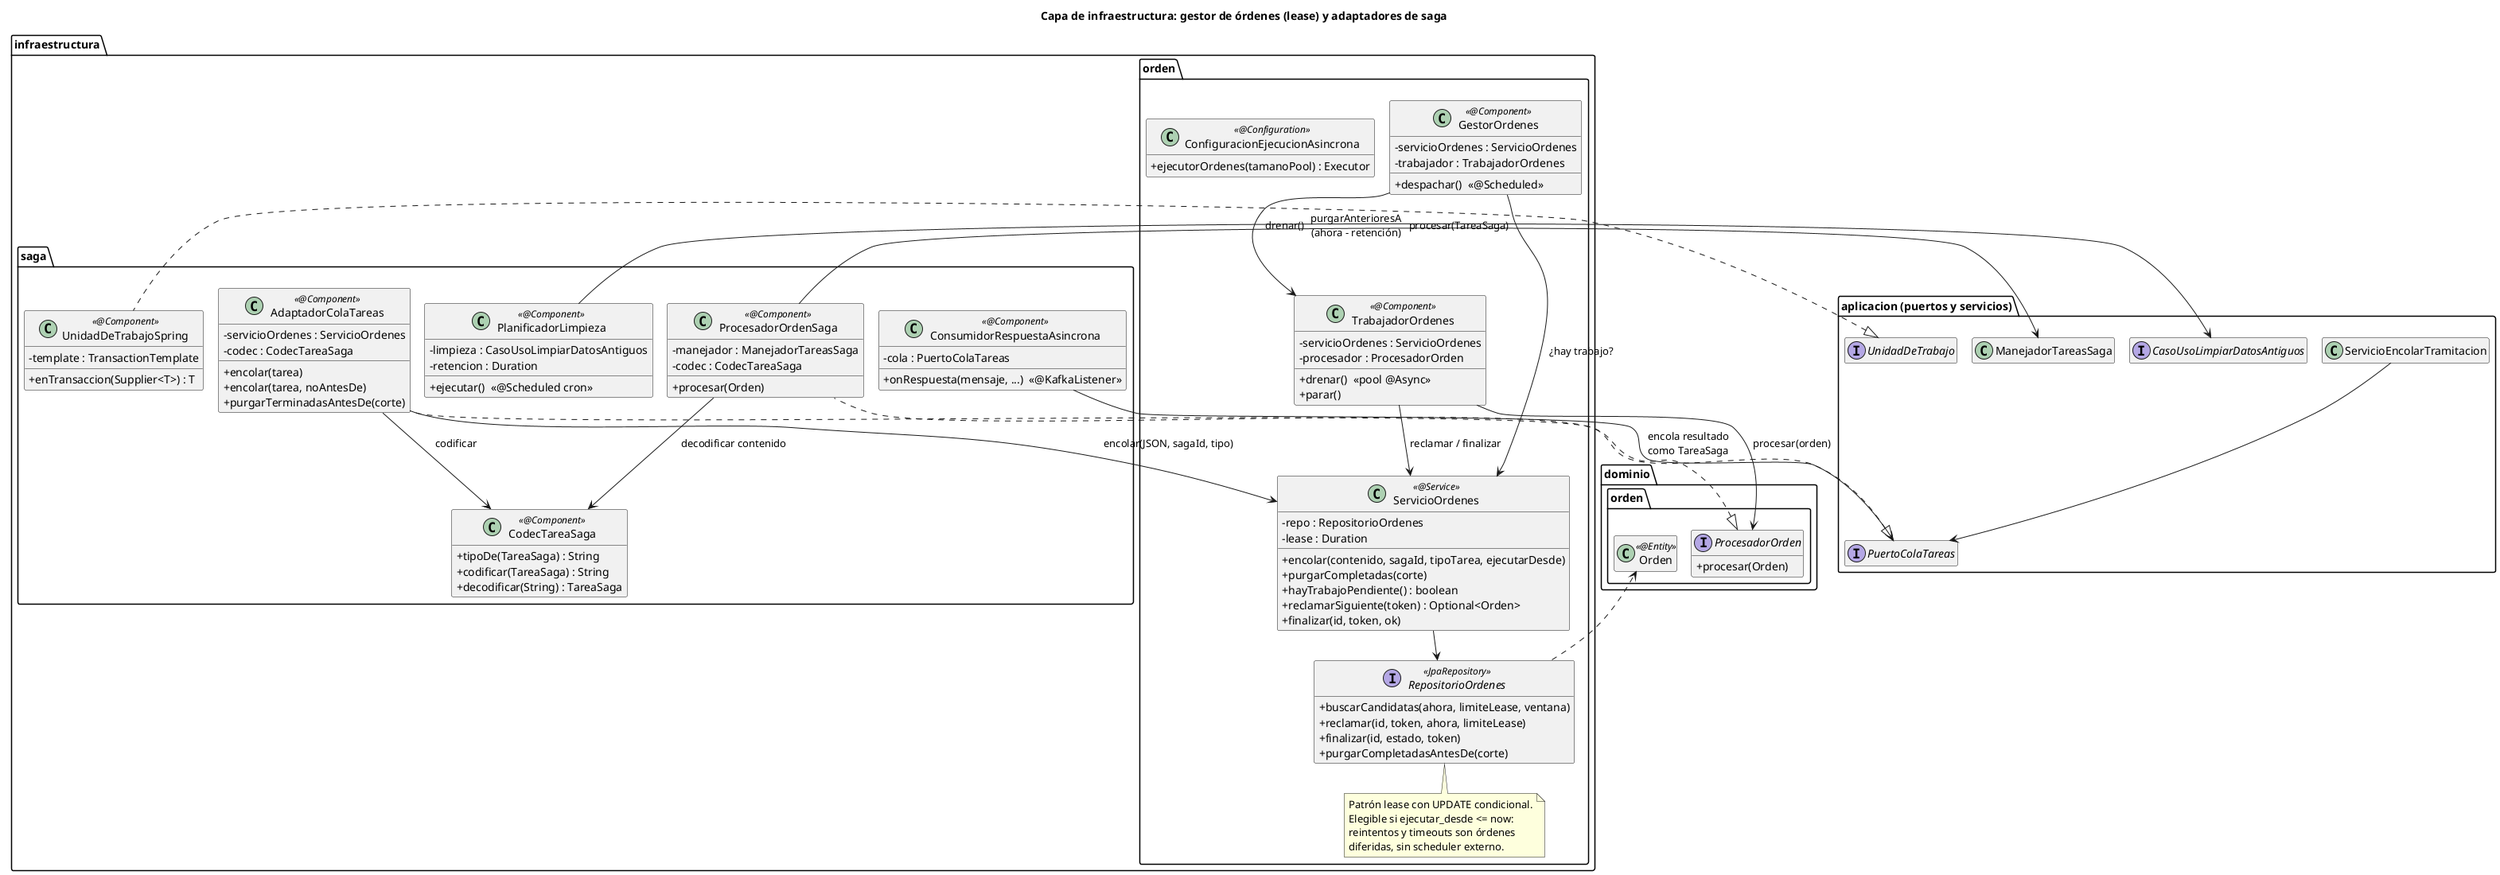
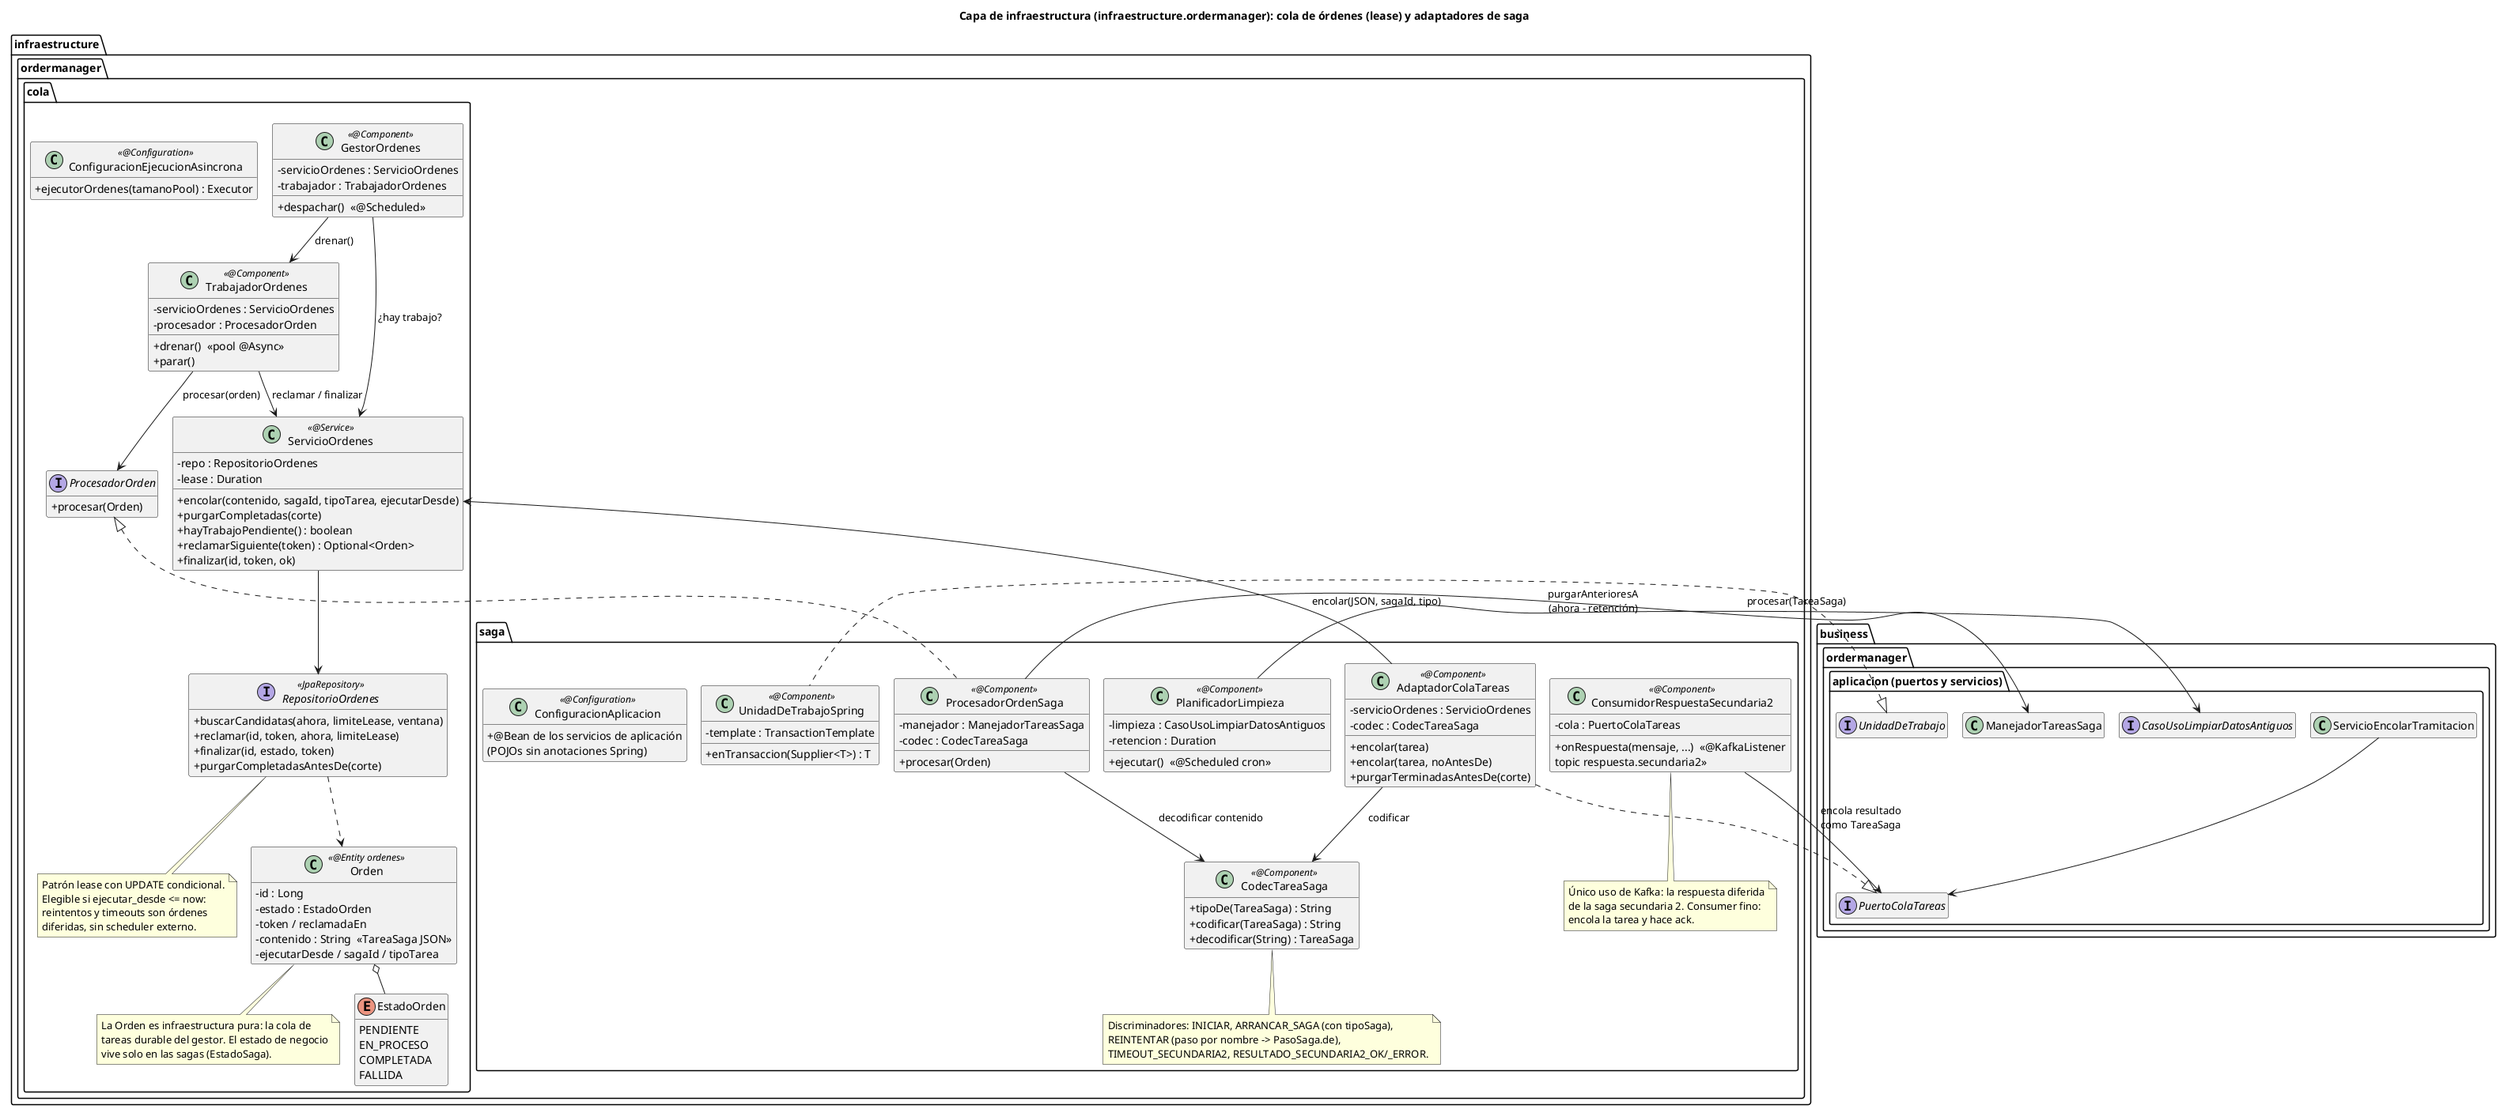
@startuml 16-clases-infraestructura
- title Capa de infraestructura: gestor de órdenes (lease) y adaptadores de saga
+ title Capa de infraestructura (infraestructure.ordermanager): cola de órdenes (lease) y adaptadores de saga
!pragma layout smetana
hide empty members
skinparam classAttributeIconSize 0

- package "infraestructura.orden" {
+ package "infraestructure.ordermanager.cola" {
  class GestorOrdenes <<@Component>> {
    -servicioOrdenes : ServicioOrdenes
    -trabajador : TrabajadorOrdenes
    +despachar()  «@Scheduled»
  }
  class TrabajadorOrdenes <<@Component>> {
    -servicioOrdenes : ServicioOrdenes
    -procesador : ProcesadorOrden
    +drenar()  «pool @Async»
    +parar()
  }
  class ServicioOrdenes <<@Service>> {
    -repo : RepositorioOrdenes
    -lease : Duration
    +encolar(contenido, sagaId, tipoTarea, ejecutarDesde)
    +purgarCompletadas(corte)
    +hayTrabajoPendiente() : boolean
    +reclamarSiguiente(token) : Optional<Orden>
    +finalizar(id, token, ok)
  }
  interface RepositorioOrdenes <<JpaRepository>> {
    +buscarCandidatas(ahora, limiteLease, ventana)
    +reclamar(id, token, ahora, limiteLease)
    +finalizar(id, estado, token)
    +purgarCompletadasAntesDe(corte)
  }
  note bottom of RepositorioOrdenes
    Patrón lease con UPDATE condicional.
    Elegible si ejecutar_desde <= now:
    reintentos y timeouts son órdenes
    diferidas, sin scheduler externo.
  end note
+   class Orden <<@Entity ordenes>> {
+     -id : Long
+     -estado : EstadoOrden
+     -token / reclamadaEn
+     -contenido : String  «TareaSaga JSON»
+     -ejecutarDesde / sagaId / tipoTarea
+   }
+   enum EstadoOrden {
+     PENDIENTE
+     EN_PROCESO
+     COMPLETADA
+     FALLIDA
+   }
+   interface ProcesadorOrden {
+     +procesar(Orden)
+   }
  class ConfiguracionEjecucionAsincrona <<@Configuration>> {
    +ejecutorOrdenes(tamanoPool) : Executor
  }
+   note bottom of Orden
+     La Orden es infraestructura pura: la cola de
+     tareas durable del gestor. El estado de negocio
+     vive solo en las sagas (EstadoSaga).
+   end note
}

- package "infraestructura.saga" {
+ package "infraestructure.ordermanager.saga" {
  class ProcesadorOrdenSaga <<@Component>> {
    -manejador : ManejadorTareasSaga
    -codec : CodecTareaSaga
    +procesar(Orden)
  }
  class CodecTareaSaga <<@Component>> {
    +tipoDe(TareaSaga) : String
    +codificar(TareaSaga) : String
    +decodificar(String) : TareaSaga
  }
+   note bottom of CodecTareaSaga
+     Discriminadores: INICIAR, ARRANCAR_SAGA (con tipoSaga),
+     REINTENTAR (paso por nombre -> PasoSaga.de),
+     TIMEOUT_SECUNDARIA2, RESULTADO_SECUNDARIA2_OK/_ERROR.
+   end note
  class AdaptadorColaTareas <<@Component>> {
    -servicioOrdenes : ServicioOrdenes
    -codec : CodecTareaSaga
    +encolar(tarea)
    +encolar(tarea, noAntesDe)
    +purgarTerminadasAntesDe(corte)
  }
  class PlanificadorLimpieza <<@Component>> {
    -limpieza : CasoUsoLimpiarDatosAntiguos
    -retencion : Duration
    +ejecutar()  «@Scheduled cron»
  }
-   class ConsumidorRespuestaAsincrona <<@Component>> {
+   class ConsumidorRespuestaSecundaria2 <<@Component>> {
    -cola : PuertoColaTareas
-     +onRespuesta(mensaje, ...)  «@KafkaListener»
+     +onRespuesta(mensaje, ...)  «@KafkaListener\ntopic respuesta.secundaria2»
  }
+   note bottom of ConsumidorRespuestaSecundaria2
+     Único uso de Kafka: la respuesta diferida
+     de la saga secundaria 2. Consumer fino:
+     encola la tarea y hace ack.
+   end note
  class UnidadDeTrabajoSpring <<@Component>> {
    -template : TransactionTemplate
    +enTransaccion(Supplier<T>) : T
  }
+   class ConfiguracionAplicacion <<@Configuration>> {
+     +@Bean de los servicios de aplicación\n(POJOs sin anotaciones Spring)
+   }
}

- package "dominio.orden" {
-   interface ProcesadorOrden {
-     +procesar(Orden)
-   }
-   class Orden <<@Entity>>
- }
- 
- package "aplicacion (puertos y servicios)" {
+ package "business.ordermanager.aplicacion (puertos y servicios)" {
  interface PuertoColaTareas
  interface UnidadDeTrabajo
  interface CasoUsoLimpiarDatosAntiguos
  class ManejadorTareasSaga
  class ServicioEncolarTramitacion
}

' Realizaciones de puertos e interfaces
ProcesadorOrden <|.. ProcesadorOrdenSaga
PuertoColaTareas <|.. AdaptadorColaTareas
UnidadDeTrabajo <|.. UnidadDeTrabajoSpring

' Flujo del gestor de órdenes (agnóstico de sagas)
GestorOrdenes --> ServicioOrdenes : ¿hay trabajo?
GestorOrdenes --> TrabajadorOrdenes : drenar()
TrabajadorOrdenes --> ServicioOrdenes : reclamar / finalizar
TrabajadorOrdenes --> ProcesadorOrden : procesar(orden)
ServicioOrdenes --> RepositorioOrdenes
RepositorioOrdenes ..> Orden
+ Orden o-- EstadoOrden

' Fusión gestor <-> sagas (el gestor NO conoce el modelo de sagas)
ProcesadorOrdenSaga --> CodecTareaSaga : decodificar contenido
ProcesadorOrdenSaga --> ManejadorTareasSaga : procesar(TareaSaga)
AdaptadorColaTareas --> ServicioOrdenes : encolar(JSON, sagaId, tipo)
AdaptadorColaTareas --> CodecTareaSaga : codificar
- ConsumidorRespuestaAsincrona --> PuertoColaTareas : encola resultado\ncomo TareaSaga
+ ConsumidorRespuestaSecundaria2 --> PuertoColaTareas : encola resultado\ncomo TareaSaga
ServicioEncolarTramitacion --> PuertoColaTareas
PlanificadorLimpieza --> CasoUsoLimpiarDatosAntiguos : purgarAnterioresA\n(ahora - retención)

@enduml
